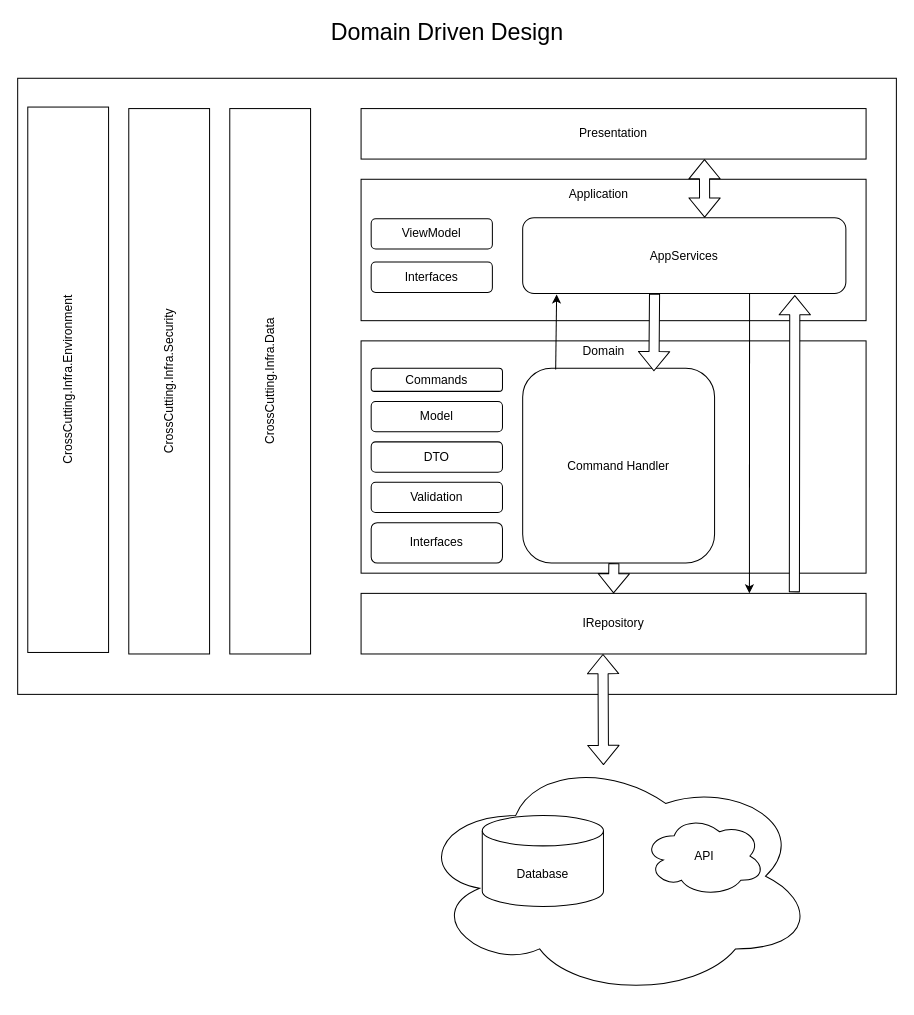
jairodemelo/APITest keeps this draw.io diagram as page "DDD" (6 of 9) of docs/Documentation.drawio. Above is the earlier version. Source tidied: cells renumbered, new cells numbered last; positions are measured from the earlier drawing's top-left corner, leaving out a move shared by most shapes. Both pictures are drawn from the tidied source at 101%, with x=0, y=0 at pixel (17, 17).
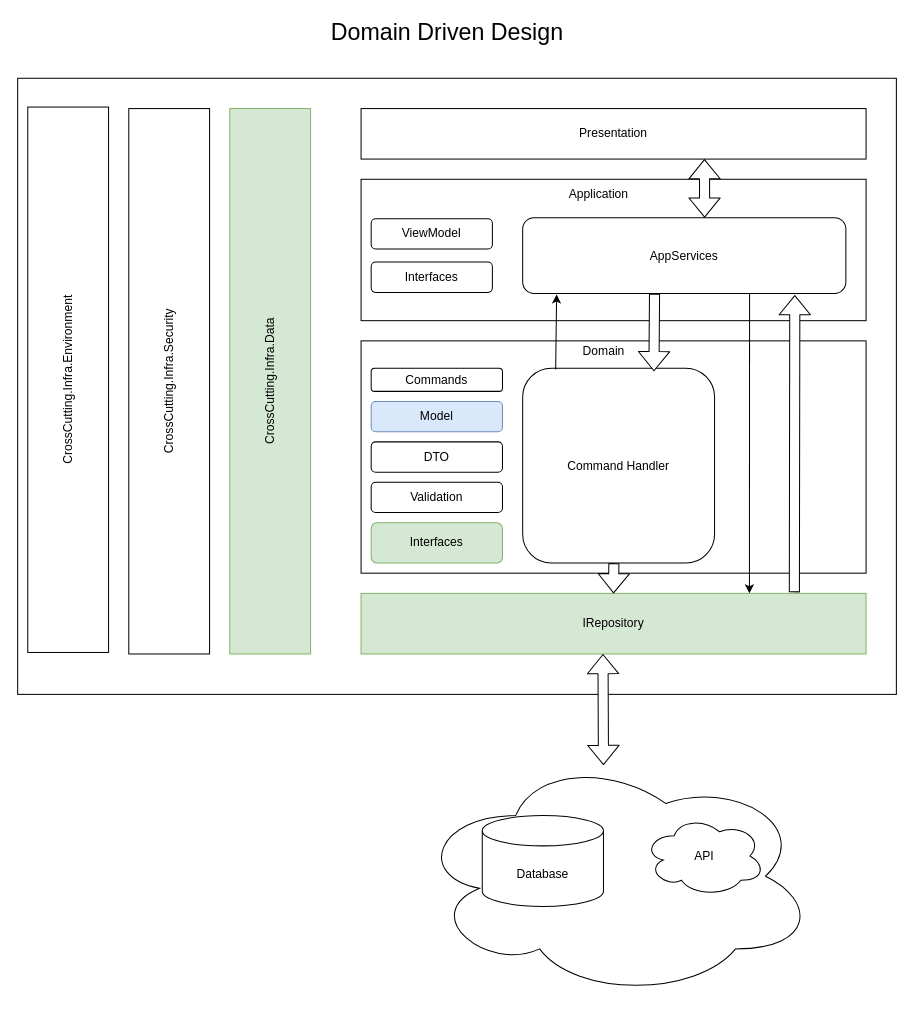
The same page after the edit.

What changed in the source:
```diff
@@
-    <mxCell id="15" value="Model" style="rounded=1;whiteSpace=wrap;html=1;fontSize=12;" parent="1" vertex="1">
+    <mxCell id="15" value="Model" style="rounded=1;whiteSpace=wrap;html=1;fontSize=12;fillColor=#dae8fc;strokeColor=#6c8ebf;" parent="1" vertex="1">
       <mxGeometry x="350" y="380" width="130" height="30" as="geometry" />
     </mxCell>
@@
-    <mxCell id="19" value="Interfaces" style="rounded=1;whiteSpace=wrap;html=1;fontSize=12;" parent="1" vertex="1">
+    <mxCell id="19" value="Interfaces" style="rounded=1;whiteSpace=wrap;html=1;fontSize=12;fillColor=#d5e8d4;strokeColor=#82b366;" parent="1" vertex="1">
       <mxGeometry x="350" y="500" width="130" height="40" as="geometry" />
     </mxCell>
-    <mxCell id="20" value="IRepository" style="rounded=0;whiteSpace=wrap;html=1;fontSize=12;" parent="1" vertex="1">
+    <mxCell id="20" value="IRepository" style="rounded=0;whiteSpace=wrap;html=1;fontSize=12;fillColor=#d5e8d4;strokeColor=#82b366;" parent="1" vertex="1">
       <mxGeometry x="340" y="570" width="500" height="60" as="geometry" />
     </mxCell>
-    <mxCell id="21" value="CrossCutting.Infra.Data" style="rounded=0;whiteSpace=wrap;html=1;fontSize=12;horizontal=0;" parent="1" vertex="1">
+    <mxCell id="21" value="CrossCutting.Infra.Data" style="rounded=0;whiteSpace=wrap;html=1;fontSize=12;horizontal=0;fillColor=#d5e8d4;strokeColor=#82b366;" parent="1" vertex="1">
       <mxGeometry x="210" y="90" width="80" height="540" as="geometry" />
     </mxCell>
```
